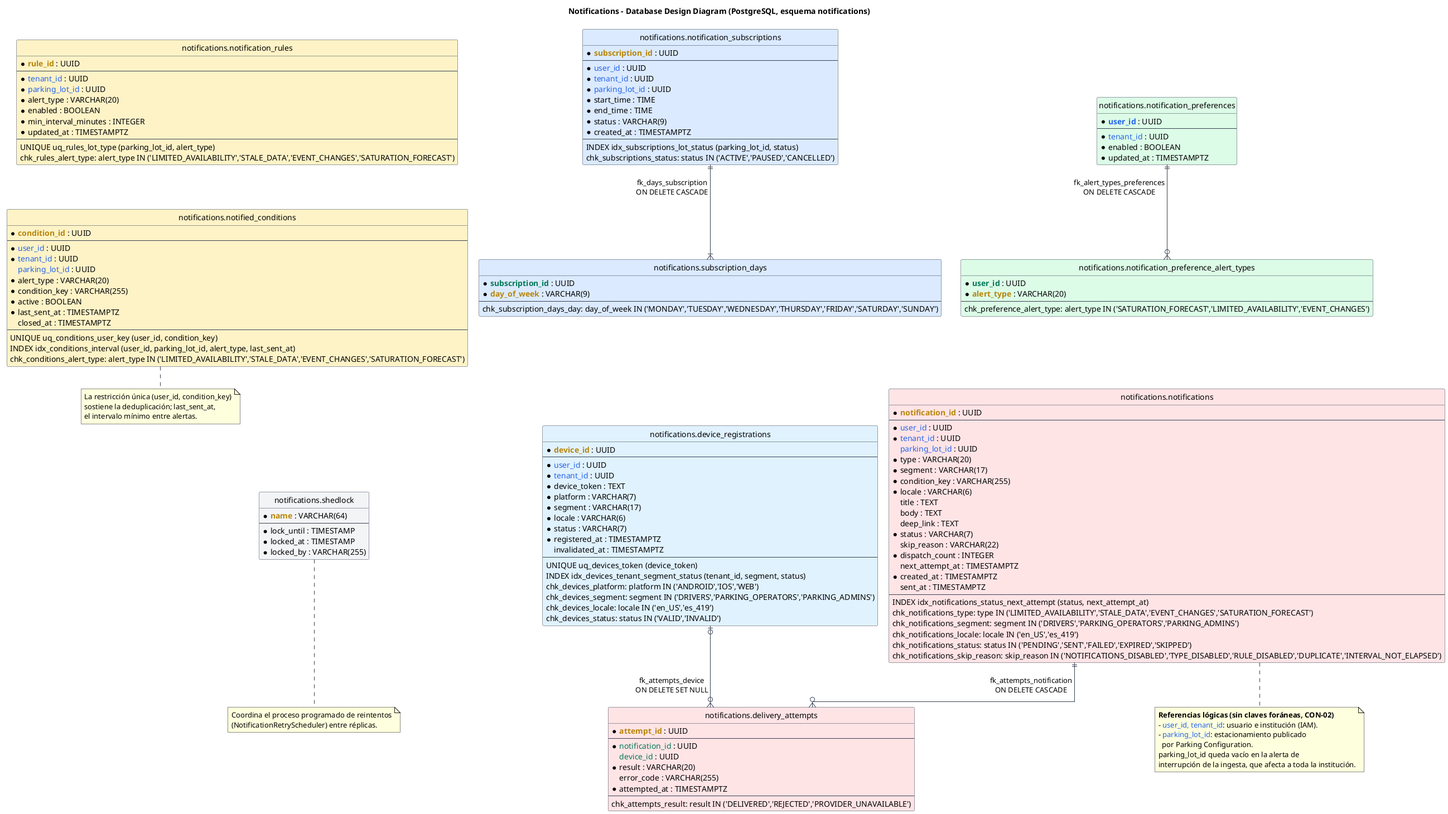
This is assets/capitulo-05/notificaciones/notif_bd.png from 1ASI0728-2620-9056-Quadrapp/quadrapp-project-report, a PlantUML export, as it was before one commit.
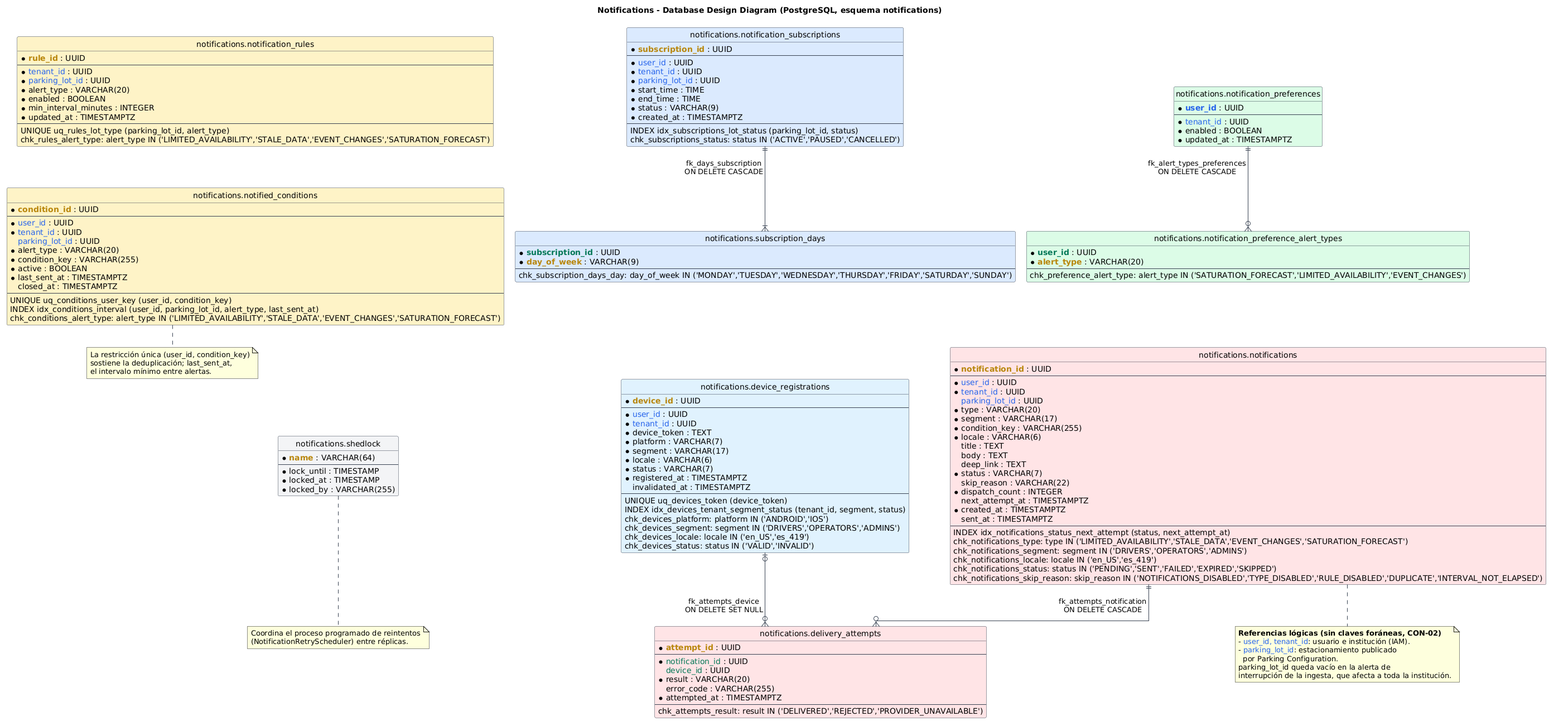
Above is the later version.

Commit message:
docs(report): update iam, notifications and component diagrams

Diff of the diagram source:
```diff
@@ -104,8 +104,8 @@
   --
   UNIQUE uq_devices_token (device_token)
   INDEX idx_devices_tenant_segment_status (tenant_id, segment, status)
-  chk_devices_platform: platform IN ('ANDROID','IOS','WEB')
-  chk_devices_segment: segment IN ('DRIVERS','PARKING_OPERATORS','PARKING_ADMINS')
+  chk_devices_platform: platform IN ('ANDROID','IOS')
+  chk_devices_segment: segment IN ('DRIVERS','OPERATORS','ADMINS')
   chk_devices_locale: locale IN ('en_US','es_419')
   chk_devices_status: status IN ('VALID','INVALID')
 }
@@ -132,7 +132,7 @@
   --
   INDEX idx_notifications_status_next_attempt (status, next_attempt_at)
   chk_notifications_type: type IN ('LIMITED_AVAILABILITY','STALE_DATA','EVENT_CHANGES','SATURATION_FORECAST')
-  chk_notifications_segment: segment IN ('DRIVERS','PARKING_OPERATORS','PARKING_ADMINS')
+  chk_notifications_segment: segment IN ('DRIVERS','OPERATORS','ADMINS')
   chk_notifications_locale: locale IN ('en_US','es_419')
   chk_notifications_status: status IN ('PENDING','SENT','FAILED','EXPIRED','SKIPPED')
   chk_notifications_skip_reason: skip_reason IN ('NOTIFICATIONS_DISABLED','TYPE_DISABLED','RULE_DISABLED','DUPLICATE','INTERVAL_NOT_ELAPSED')
```
